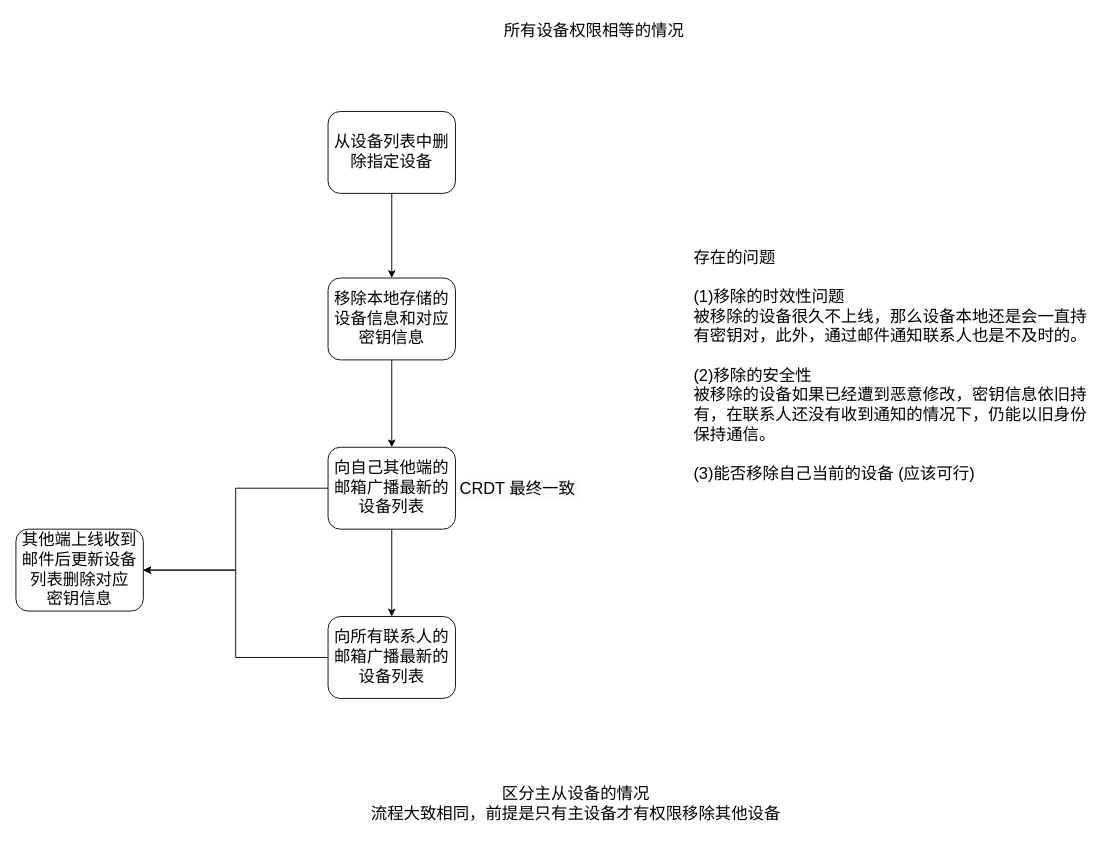
Earlier version of the draw.io diagram page "第 14 页" (14 of 14) of src/main/java/Untitled Diagram.drawio (fiking1984/packetAnalyze). Source tidied: cells renumbered, new cells numbered last; positions are measured from the earlier drawing's top-left corner, leaving out a move shared by most shapes. Both pictures are drawn from the tidied source at 91%, with x=0, y=0 at pixel (15, 15).
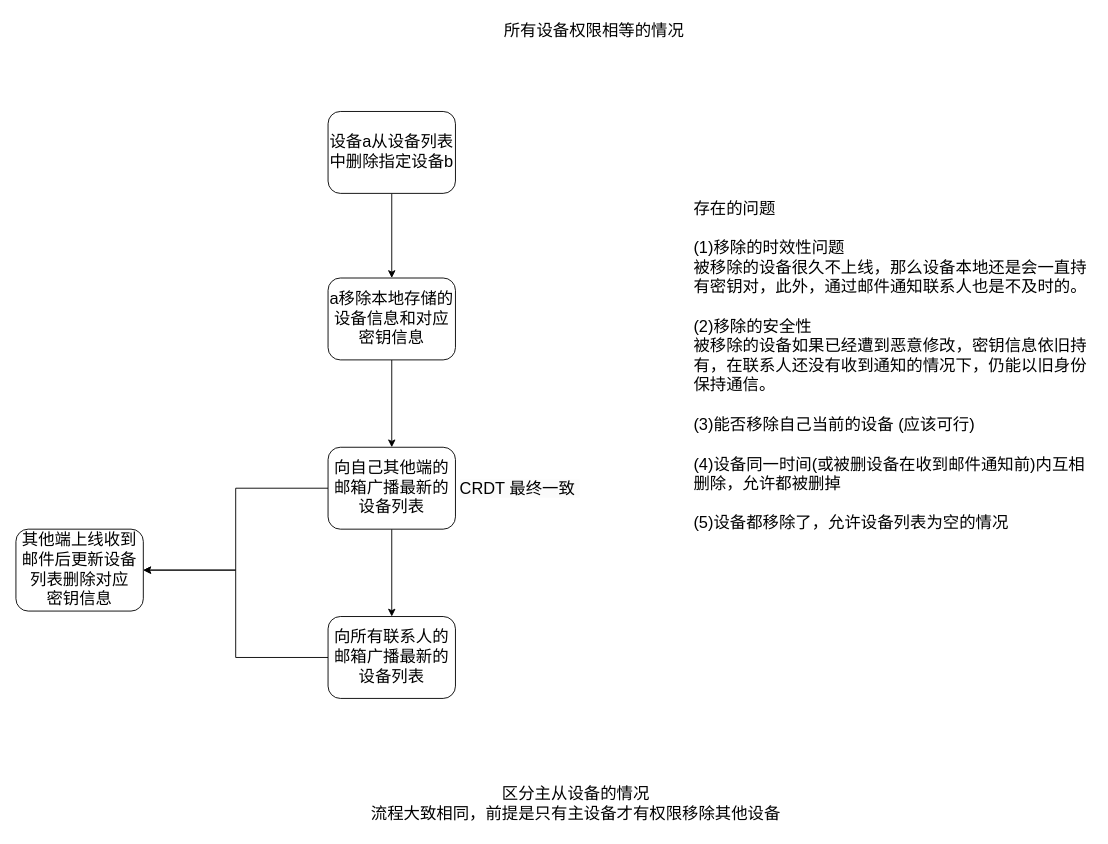
Above is the later version.

The edit, as a diff of the source:
```diff
@@
 <mxGraphModel>
   <root>
     <mxCell id="0" />
     <mxCell id="1" parent="0" />
     <mxCell id="2" style="edgeStyle=orthogonalEdgeStyle;rounded=0;jettySize=auto;html=1;" parent="1" edge="1" source="3" target="10">
       <mxGeometry relative="1" as="geometry" />
     </mxCell>
-    <mxCell id="3" value="&lt;font style=&quot;font-size: 18px;&quot;&gt;从设备列表中删除指定设备&lt;/font&gt;" style="rounded=1;whiteSpace=wrap;html=1;" parent="1" vertex="1">
+    <mxCell id="3" value="&lt;font style=&quot;font-size: 18px;&quot;&gt;设备a从设备列表中删除指定设备b&lt;/font&gt;" style="rounded=1;whiteSpace=wrap;html=1;" parent="1" vertex="1">
       <mxGeometry x="343" y="105" width="140" height="90" as="geometry" />
     </mxCell>
     <mxCell id="4" style="edgeStyle=orthogonalEdgeStyle;rounded=0;jettySize=auto;html=1;entryX=1;entryY=0.5;entryDx=0;entryDy=0;" parent="1" edge="1" source="5" target="15">
       <mxGeometry relative="1" as="geometry" />
     </mxCell>
     <mxCell id="5" value="&lt;font style=&quot;font-size: 18px;&quot;&gt;向所有联系人的邮箱广播最新的设备列表&lt;/font&gt;" style="rounded=1;whiteSpace=wrap;html=1;" parent="1" vertex="1">
       <mxGeometry x="343" y="660" width="140" height="90" as="geometry" />
     </mxCell>
     <mxCell id="6" style="edgeStyle=orthogonalEdgeStyle;rounded=0;jettySize=auto;html=1;" parent="1" edge="1" source="8" target="5">
       <mxGeometry relative="1" as="geometry" />
     </mxCell>
     <mxCell id="7" style="edgeStyle=orthogonalEdgeStyle;rounded=0;jettySize=auto;html=1;entryX=1;entryY=0.5;entryDx=0;entryDy=0;" parent="1" edge="1" source="8" target="15">
       <mxGeometry relative="1" as="geometry" />
     </mxCell>
     <mxCell id="8" value="&lt;font style=&quot;font-size: 18px;&quot;&gt;向自己其他端的邮箱广播最新的设备列表&lt;/font&gt;" style="rounded=1;whiteSpace=wrap;html=1;" parent="1" vertex="1">
       <mxGeometry x="343" y="474" width="140" height="90" as="geometry" />
     </mxCell>
     <mxCell id="9" style="edgeStyle=orthogonalEdgeStyle;rounded=0;jettySize=auto;html=1;" parent="1" edge="1" source="10" target="8">
       <mxGeometry relative="1" as="geometry" />
     </mxCell>
-    <mxCell id="10" value="&lt;font style=&quot;font-size: 18px;&quot;&gt;移除本地存储的设备信息和对应密钥信息&lt;/font&gt;" style="rounded=1;whiteSpace=wrap;html=1;" parent="1" vertex="1">
+    <mxCell id="10" value="&lt;font style=&quot;font-size: 18px;&quot;&gt;a移除本地存储的设备信息和对应密钥信息&lt;/font&gt;" style="rounded=1;whiteSpace=wrap;html=1;" parent="1" vertex="1">
       <mxGeometry x="343" y="288" width="140" height="90" as="geometry" />
     </mxCell>
     <mxCell id="11" value="&lt;font style=&quot;font-size: 18px;&quot;&gt;所有设备权限相等的情况&lt;/font&gt;" style="text;html=1;align=center;verticalAlign=middle;strokeColor=none;fillColor=none;" parent="1" vertex="1">
       <mxGeometry x="527" width="216" height="34" as="geometry" />
     </mxCell>
     <mxCell id="12" value="&lt;span style=&quot;color: rgb(0, 0, 0); font-family: Helvetica; font-size: 18px; font-style: normal; font-variant-ligatures: normal; font-variant-caps: normal; font-weight: 400; letter-spacing: normal; orphans: 2; text-align: center; text-indent: 0px; text-transform: none; widows: 2; word-spacing: 0px; -webkit-text-stroke-width: 0px; background-color: rgb(251, 251, 251); text-decoration-thickness: initial; text-decoration-style: initial; text-decoration-color: initial; float: none; display: inline !important;&quot;&gt;CRDT 最终一致&amp;nbsp;&lt;/span&gt;" style="text;whiteSpace=wrap;html=1;" parent="1" vertex="1">
       <mxGeometry x="486" y="503" width="360" height="50" as="geometry" />
     </mxCell>
-    <mxCell id="13" value="&lt;font style=&quot;font-size: 18px;&quot;&gt;存在的问题&lt;br&gt;&lt;br&gt;(1)移除的时效性问题&lt;br&gt;被移除的设备很久不上线，那么设备本地还是会一直持有密钥对，此外，通过邮件通知联系人也是不及时的。&lt;br&gt;&lt;br&gt;(2)移除的安全性&lt;br&gt;被移除的设备如果已经遭到恶意修改，密钥信息依旧持有，在联系人还没有收到通知的情况下，仍能以旧身份保持通信。&lt;br&gt;&lt;br&gt;(3)能否移除自己当前的设备 (应该可行)&lt;br style=&quot;border-color: var(--border-color);&quot;&gt;&lt;/font&gt;" style="text;html=1;strokeColor=none;fillColor=none;align=left;verticalAlign=middle;whiteSpace=wrap;rounded=0;" parent="1" vertex="1">
+    <mxCell id="13" value="&lt;font style=&quot;font-size: 18px;&quot;&gt;存在的问题&lt;br&gt;&lt;br&gt;(1)移除的时效性问题&lt;br&gt;被移除的设备很久不上线，那么设备本地还是会一直持有密钥对，此外，通过邮件通知联系人也是不及时的。&lt;br&gt;&lt;br&gt;(2)移除的安全性&lt;br&gt;被移除的设备如果已经遭到恶意修改，密钥信息依旧持有，在联系人还没有收到通知的情况下，仍能以旧身份保持通信。&lt;br&gt;&lt;br&gt;(3)能否移除自己当前的设备 (应该可行)&lt;br&gt;&lt;br&gt;(4)设备同一时间(或被删设备在收到邮件通知前)内互相删除，允许都被删掉&lt;br&gt;&lt;br&gt;(5)设备都移除了，允许设备列表为空的情况&lt;br style=&quot;border-color: var(--border-color);&quot;&gt;&lt;/font&gt;" style="text;html=1;strokeColor=none;fillColor=none;align=left;verticalAlign=middle;whiteSpace=wrap;rounded=0;" parent="1" vertex="1">
       <mxGeometry x="743" y="170" width="440" height="430" as="geometry" />
     </mxCell>
     <mxCell id="14" value="&lt;span style=&quot;font-size: 18px;&quot;&gt;区分主从设备的情况&lt;br&gt;流程大致相同，前提是只有主设备才有权限移除其他设备&lt;br&gt;&lt;/span&gt;" style="text;html=1;align=center;verticalAlign=middle;strokeColor=none;fillColor=none;" parent="1" vertex="1">
       <mxGeometry x="381" y="838" width="468" height="55" as="geometry" />
     </mxCell>
     <mxCell id="15" value="&lt;span style=&quot;font-size: 18px;&quot;&gt;其他端上线收到邮件后更新设备列表删除对应&lt;br&gt;密钥信息&lt;/span&gt;" style="rounded=1;whiteSpace=wrap;html=1;" parent="1" vertex="1">
       <mxGeometry y="564" width="140" height="90" as="geometry" />
     </mxCell>
   </root>
 </mxGraphModel>
```
